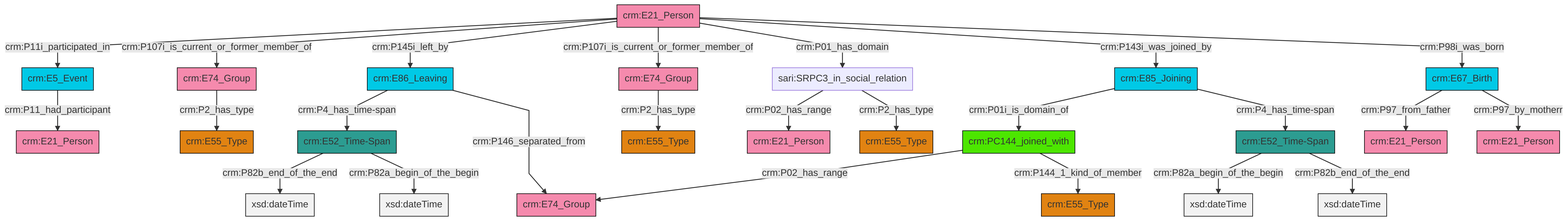
Above: et/personCSV/ttl/mmd/png/Person_Actor_Relations.png in swiss-art-research-net/docs.swissartresearch (Mermaid), before the change. Its source is kept beside it as et/personCSV/ttl/mmd/Person_Actor_Relations.ttl.mmd.
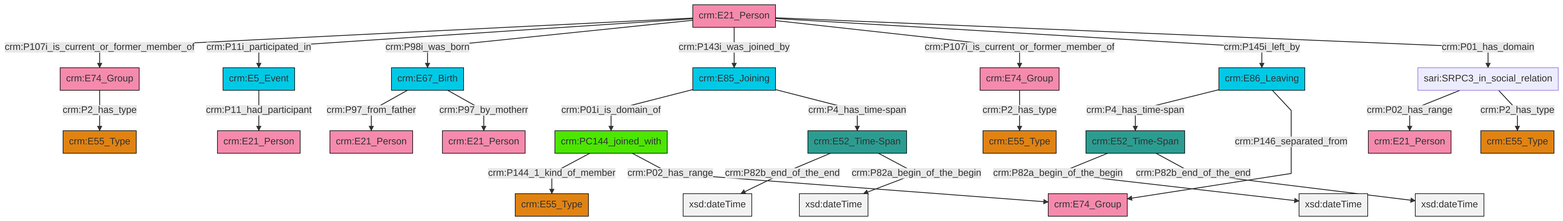
Later version of the same file.

What changed in the source:
```diff
@@ -13,27 +13,27 @@
 classDef PC_Classes fill:#4ce600, stroke:#000000;
 classDef Multi fill:#cccccc,stroke:#000000;
 
-0["crm:E86_Leaving"]:::Temporal_Entity -->|crm:P4_has_time-span| 1["crm:E52_Time-Span"]:::Time-Span
-2["crm:E21_Person"]:::Actor -->|crm:P11i_participated_in| 3["crm:E5_Event"]:::Temporal_Entity
-8["crm:PC144_joined_with"]:::PC_Classes -->|crm:P02_has_range| 9["crm:E74_Group"]:::Actor
-0["crm:E86_Leaving"]:::Temporal_Entity -->|crm:P146_separated_from| 9["crm:E74_Group"]:::Actor
-16["sari:SRPC3_in_social_relation"]:::Default -->|crm:P02_has_range| 6["crm:E21_Person"]:::Actor
-10["crm:E85_Joining"]:::Temporal_Entity -->|crm:P01i_is_domain_of| 8["crm:PC144_joined_with"]:::PC_Classes
-10["crm:E85_Joining"]:::Temporal_Entity -->|crm:P4_has_time-span| 22["crm:E52_Time-Span"]:::Time-Span
-1["crm:E52_Time-Span"]:::Time-Span -->|crm:P82b_end_of_the_end| 26[xsd:dateTime]:::Literal
-14["crm:E74_Group"]:::Actor -->|crm:P2_has_type| 23["crm:E55_Type"]:::Type
-2["crm:E21_Person"]:::Actor -->|crm:P107i_is_current_or_former_member_of| 14["crm:E74_Group"]:::Actor
-8["crm:PC144_joined_with"]:::PC_Classes -->|crm:P144_1_kind_of_member| 28["crm:E55_Type"]:::Type
-1["crm:E52_Time-Span"]:::Time-Span -->|crm:P82a_begin_of_the_begin| 29[xsd:dateTime]:::Literal
-2["crm:E21_Person"]:::Actor -->|crm:P145i_left_by| 0["crm:E86_Leaving"]:::Temporal_Entity
-2["crm:E21_Person"]:::Actor -->|crm:P107i_is_current_or_former_member_of| 30["crm:E74_Group"]:::Actor
-22["crm:E52_Time-Span"]:::Time-Span -->|crm:P82a_begin_of_the_begin| 31[xsd:dateTime]:::Literal
-22["crm:E52_Time-Span"]:::Time-Span -->|crm:P82b_end_of_the_end| 36[xsd:dateTime]:::Literal
-2["crm:E21_Person"]:::Actor -->|crm:P01_has_domain| 16["sari:SRPC3_in_social_relation"]:::Default
-2["crm:E21_Person"]:::Actor -->|crm:P143i_was_joined_by| 10["crm:E85_Joining"]:::Temporal_Entity
-34["crm:E67_Birth"]:::Temporal_Entity -->|crm:P97_from_father| 38["crm:E21_Person"]:::Actor
-2["crm:E21_Person"]:::Actor -->|crm:P98i_was_born| 34["crm:E67_Birth"]:::Temporal_Entity
-3["crm:E5_Event"]:::Temporal_Entity -->|crm:P11_had_participant| 4["crm:E21_Person"]:::Actor
-30["crm:E74_Group"]:::Actor -->|crm:P2_has_type| 18["crm:E55_Type"]:::Type
-34["crm:E67_Birth"]:::Temporal_Entity -->|crm:P97_by_motherr| 12["crm:E21_Person"]:::Actor
-16["sari:SRPC3_in_social_relation"]:::Default -->|crm:P2_has_type| 20["crm:E55_Type"]:::Type
+0["crm:E21_Person"]:::Actor -->|crm:P107i_is_current_or_former_member_of| 1["crm:E74_Group"]:::Actor
+1["crm:E74_Group"]:::Actor -->|crm:P2_has_type| 4["crm:E55_Type"]:::Type
+12["crm:E67_Birth"]:::Temporal_Entity -->|crm:P97_from_father| 13["crm:E21_Person"]:::Actor
+14["crm:E52_Time-Span"]:::Time-Span -->|crm:P82b_end_of_the_end| 15[xsd:dateTime]:::Literal
+17["crm:E86_Leaving"]:::Temporal_Entity -->|crm:P4_has_time-span| 18["crm:E52_Time-Span"]:::Time-Span
+14["crm:E52_Time-Span"]:::Time-Span -->|crm:P82a_begin_of_the_begin| 19[xsd:dateTime]:::Literal
+0["crm:E21_Person"]:::Actor -->|crm:P11i_participated_in| 22["crm:E5_Event"]:::Temporal_Entity
+18["crm:E52_Time-Span"]:::Time-Span -->|crm:P82a_begin_of_the_begin| 23[xsd:dateTime]:::Literal
+0["crm:E21_Person"]:::Actor -->|crm:P98i_was_born| 12["crm:E67_Birth"]:::Temporal_Entity
+24["crm:PC144_joined_with"]:::PC_Classes -->|crm:P144_1_kind_of_member| 2["crm:E55_Type"]:::Type
+22["crm:E5_Event"]:::Temporal_Entity -->|crm:P11_had_participant| 25["crm:E21_Person"]:::Actor
+18["crm:E52_Time-Span"]:::Time-Span -->|crm:P82b_end_of_the_end| 28[xsd:dateTime]:::Literal
+29["crm:E74_Group"]:::Actor -->|crm:P2_has_type| 30["crm:E55_Type"]:::Type
+0["crm:E21_Person"]:::Actor -->|crm:P143i_was_joined_by| 20["crm:E85_Joining"]:::Temporal_Entity
+9["sari:SRPC3_in_social_relation"]:::Default -->|crm:P02_has_range| 7["crm:E21_Person"]:::Actor
+24["crm:PC144_joined_with"]:::PC_Classes -->|crm:P02_has_range| 5["crm:E74_Group"]:::Actor
+20["crm:E85_Joining"]:::Temporal_Entity -->|crm:P01i_is_domain_of| 24["crm:PC144_joined_with"]:::PC_Classes
+9["sari:SRPC3_in_social_relation"]:::Default -->|crm:P2_has_type| 31["crm:E55_Type"]:::Type
+17["crm:E86_Leaving"]:::Temporal_Entity -->|crm:P146_separated_from| 5["crm:E74_Group"]:::Actor
+0["crm:E21_Person"]:::Actor -->|crm:P107i_is_current_or_former_member_of| 29["crm:E74_Group"]:::Actor
+20["crm:E85_Joining"]:::Temporal_Entity -->|crm:P4_has_time-span| 14["crm:E52_Time-Span"]:::Time-Span
+12["crm:E67_Birth"]:::Temporal_Entity -->|crm:P97_by_motherr| 38["crm:E21_Person"]:::Actor
+0["crm:E21_Person"]:::Actor -->|crm:P145i_left_by| 17["crm:E86_Leaving"]:::Temporal_Entity
+0["crm:E21_Person"]:::Actor -->|crm:P01_has_domain| 9["sari:SRPC3_in_social_relation"]:::Default
```
